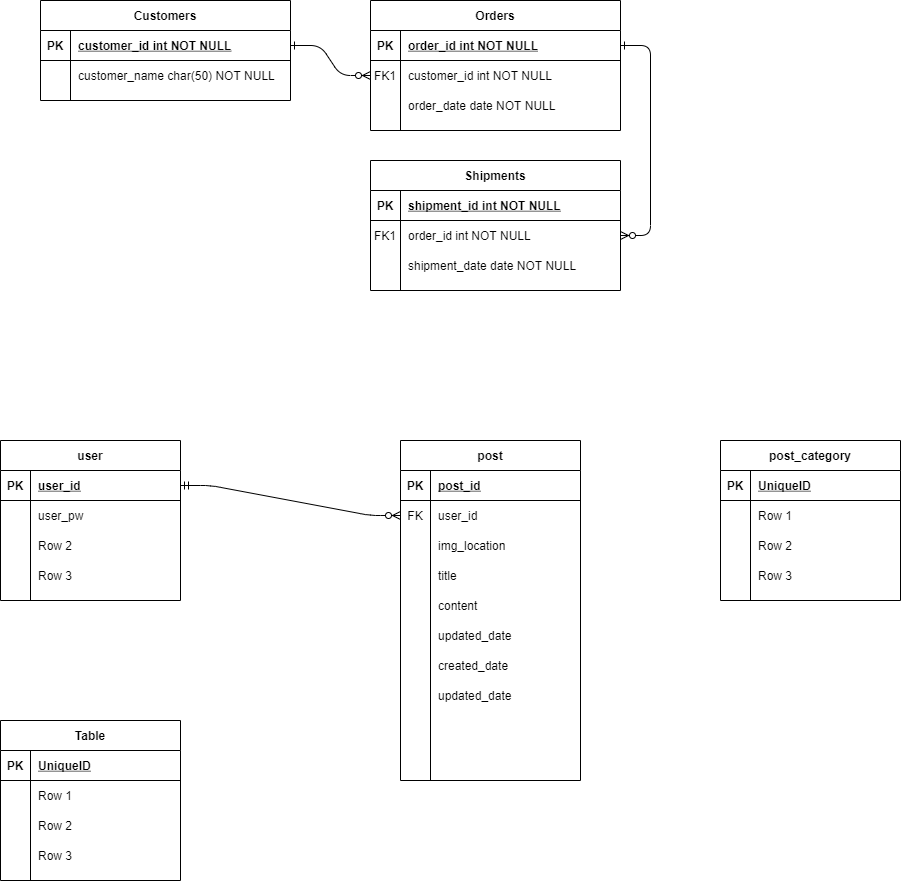
Before: mangpo_ERD.png, a diagram exported from draw.io (CYC0227/mangpoERD). Source tidied: cells renumbered, new cells last; positions are measured from the earlier drawing's top-left corner, leaving out a move shared by most shapes.
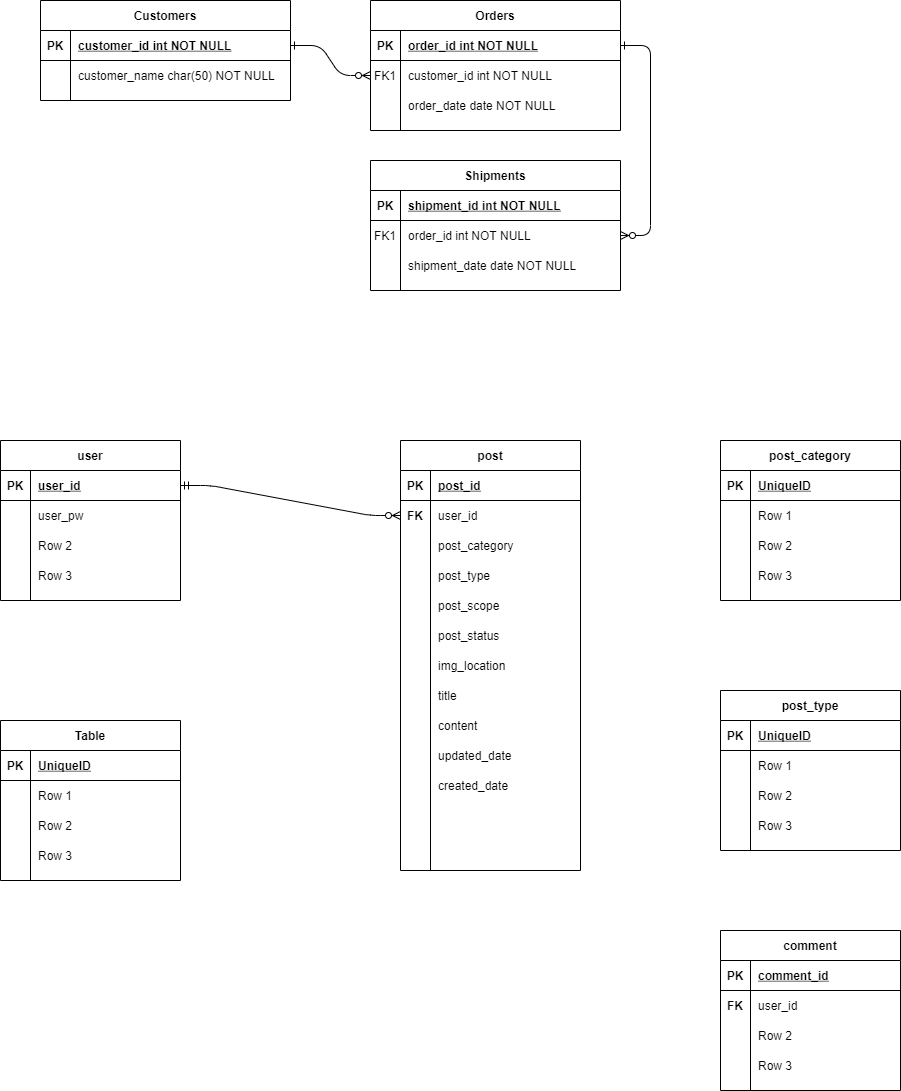
After the change.

Change to the diagram source:
```diff
@@ -129,7 +129,7 @@
       <mxGeometry x="30" width="150" height="30" as="geometry" />
     </mxCell>
     <mxCell id="44" value="post" style="shape=table;startSize=30;rowLines=0;fontStyle=1;align=center;" parent="1" vertex="1">
-      <mxGeometry x="400" y="440" width="180" height="340" as="geometry" />
+      <mxGeometry x="400" y="440" width="180" height="430" as="geometry" />
     </mxCell>
     <mxCell id="45" style="shape=partialRectangle;fillColor=none;top=0;left=0;bottom=1;right=0;" parent="44" vertex="1">
       <mxGeometry y="30" width="180" height="30" as="geometry" />
@@ -143,14 +143,50 @@
     <mxCell id="48" style="shape=partialRectangle;fillColor=none;top=0;left=0;bottom=0;right=0;points=[[0,0.5],[1,0.5]];portConstraint=eastwest;" parent="44" vertex="1">
       <mxGeometry y="60" width="180" height="30" as="geometry" />
     </mxCell>
-    <mxCell id="49" value="FK" style="shape=partialRectangle;fillColor=none;top=0;left=0;bottom=0;right=0;overflow=hidden;" parent="48" vertex="1">
+    <mxCell id="49" value="FK" style="shape=partialRectangle;fillColor=none;top=0;left=0;bottom=0;right=0;overflow=hidden;fontStyle=1;" parent="48" vertex="1">
       <mxGeometry width="30" height="30" as="geometry" />
     </mxCell>
     <mxCell id="50" value="user_id" style="shape=partialRectangle;fillColor=none;top=0;left=0;bottom=0;right=0;align=left;spacingLeft=6;overflow=hidden;" parent="48" vertex="1">
       <mxGeometry x="30" width="150" height="30" as="geometry" />
     </mxCell>
+    <mxCell id="66" style="shape=partialRectangle;fillColor=none;top=0;left=0;bottom=0;right=0;" parent="44" vertex="1">
+      <mxGeometry y="90" width="180" height="30" as="geometry" />
+    </mxCell>
+    <mxCell id="67" style="shape=partialRectangle;fillColor=none;top=0;left=0;bottom=0;right=0;overflow=hidden;" parent="66" vertex="1">
+      <mxGeometry width="30" height="30" as="geometry" />
+    </mxCell>
+    <mxCell id="68" value="post_category" style="shape=partialRectangle;fillColor=none;top=0;left=0;bottom=0;right=0;align=left;spacingLeft=6;overflow=hidden;" parent="66" vertex="1">
+      <mxGeometry x="30" width="150" height="30" as="geometry" />
+    </mxCell>
+    <mxCell id="96" style="shape=partialRectangle;fillColor=none;top=0;left=0;bottom=0;right=0;" parent="44" vertex="1">
+      <mxGeometry y="120" width="180" height="30" as="geometry" />
+    </mxCell>
+    <mxCell id="97" style="shape=partialRectangle;fillColor=none;top=0;left=0;bottom=0;right=0;overflow=hidden;" parent="96" vertex="1">
+      <mxGeometry width="30" height="30" as="geometry" />
+    </mxCell>
+    <mxCell id="98" value="post_type" style="shape=partialRectangle;fillColor=none;top=0;left=0;bottom=0;right=0;align=left;spacingLeft=6;overflow=hidden;" parent="96" vertex="1">
+      <mxGeometry x="30" width="150" height="30" as="geometry" />
+    </mxCell>
+    <mxCell id="99" style="shape=partialRectangle;fillColor=none;top=0;left=0;bottom=0;right=0;" parent="44" vertex="1">
+      <mxGeometry y="150" width="180" height="30" as="geometry" />
+    </mxCell>
+    <mxCell id="100" style="shape=partialRectangle;fillColor=none;top=0;left=0;bottom=0;right=0;overflow=hidden;" parent="99" vertex="1">
+      <mxGeometry width="30" height="30" as="geometry" />
+    </mxCell>
+    <mxCell id="101" value="post_scope" style="shape=partialRectangle;fillColor=none;top=0;left=0;bottom=0;right=0;align=left;spacingLeft=6;overflow=hidden;" parent="99" vertex="1">
+      <mxGeometry x="30" width="150" height="30" as="geometry" />
+    </mxCell>
+    <mxCell id="102" style="shape=partialRectangle;fillColor=none;top=0;left=0;bottom=0;right=0;" parent="44" vertex="1">
+      <mxGeometry y="180" width="180" height="30" as="geometry" />
+    </mxCell>
+    <mxCell id="103" style="shape=partialRectangle;fillColor=none;top=0;left=0;bottom=0;right=0;overflow=hidden;" parent="102" vertex="1">
+      <mxGeometry width="30" height="30" as="geometry" />
+    </mxCell>
+    <mxCell id="104" value="post_status" style="shape=partialRectangle;fillColor=none;top=0;left=0;bottom=0;right=0;align=left;spacingLeft=6;overflow=hidden;" parent="102" vertex="1">
+      <mxGeometry x="30" width="150" height="30" as="geometry" />
+    </mxCell>
     <mxCell id="51" style="shape=partialRectangle;fillColor=none;top=0;left=0;bottom=0;right=0;" parent="44" vertex="1">
-      <mxGeometry y="90" width="180" height="30" as="geometry" />
+      <mxGeometry y="210" width="180" height="30" as="geometry" />
     </mxCell>
     <mxCell id="52" style="shape=partialRectangle;fillColor=none;top=0;left=0;bottom=0;right=0;overflow=hidden;" parent="51" vertex="1">
       <mxGeometry width="30" height="30" as="geometry" />
@@ -159,7 +195,7 @@
       <mxGeometry x="30" width="150" height="30" as="geometry" />
     </mxCell>
     <mxCell id="54" style="shape=partialRectangle;fillColor=none;top=0;left=0;bottom=0;right=0;" parent="44" vertex="1">
-      <mxGeometry y="120" width="180" height="30" as="geometry" />
+      <mxGeometry y="240" width="180" height="30" as="geometry" />
     </mxCell>
     <mxCell id="55" style="shape=partialRectangle;fillColor=none;top=0;left=0;bottom=0;right=0;overflow=hidden;" parent="54" vertex="1">
       <mxGeometry width="30" height="30" as="geometry" />
@@ -168,7 +204,7 @@
       <mxGeometry x="30" width="150" height="30" as="geometry" />
     </mxCell>
     <mxCell id="57" style="shape=partialRectangle;fillColor=none;top=0;left=0;bottom=0;right=0;" parent="44" vertex="1">
-      <mxGeometry y="150" width="180" height="30" as="geometry" />
+      <mxGeometry y="270" width="180" height="30" as="geometry" />
     </mxCell>
     <mxCell id="58" style="shape=partialRectangle;fillColor=none;top=0;left=0;bottom=0;right=0;overflow=hidden;" parent="57" vertex="1">
       <mxGeometry width="30" height="30" as="geometry" />
@@ -177,7 +213,7 @@
       <mxGeometry x="30" width="150" height="30" as="geometry" />
     </mxCell>
     <mxCell id="60" style="shape=partialRectangle;fillColor=none;top=0;left=0;bottom=0;right=0;" parent="44" vertex="1">
-      <mxGeometry y="180" width="180" height="30" as="geometry" />
+      <mxGeometry y="300" width="180" height="30" as="geometry" />
     </mxCell>
     <mxCell id="61" style="shape=partialRectangle;fillColor=none;top=0;left=0;bottom=0;right=0;overflow=hidden;" parent="60" vertex="1">
       <mxGeometry width="30" height="30" as="geometry" />
@@ -186,7 +222,7 @@
       <mxGeometry x="30" width="150" height="30" as="geometry" />
     </mxCell>
     <mxCell id="63" style="shape=partialRectangle;fillColor=none;top=0;left=0;bottom=0;right=0;" parent="44" vertex="1">
-      <mxGeometry y="210" width="180" height="30" as="geometry" />
+      <mxGeometry y="330" width="180" height="30" as="geometry" />
     </mxCell>
     <mxCell id="64" style="shape=partialRectangle;fillColor=none;top=0;left=0;bottom=0;right=0;overflow=hidden;" parent="63" vertex="1">
       <mxGeometry width="30" height="30" as="geometry" />
@@ -194,15 +230,6 @@
     <mxCell id="65" value="created_date" style="shape=partialRectangle;fillColor=none;top=0;left=0;bottom=0;right=0;align=left;spacingLeft=6;overflow=hidden;" parent="63" vertex="1">
       <mxGeometry x="30" width="150" height="30" as="geometry" />
     </mxCell>
-    <mxCell id="66" style="shape=partialRectangle;fillColor=none;top=0;left=0;bottom=0;right=0;" parent="44" vertex="1">
-      <mxGeometry y="240" width="180" height="30" as="geometry" />
-    </mxCell>
-    <mxCell id="67" style="shape=partialRectangle;fillColor=none;top=0;left=0;bottom=0;right=0;overflow=hidden;" parent="66" vertex="1">
-      <mxGeometry width="30" height="30" as="geometry" />
-    </mxCell>
-    <mxCell id="68" value="updated_date" style="shape=partialRectangle;fillColor=none;top=0;left=0;bottom=0;right=0;align=left;spacingLeft=6;overflow=hidden;" parent="66" vertex="1">
-      <mxGeometry x="30" width="150" height="30" as="geometry" />
-    </mxCell>
     <mxCell id="69" value="Table" style="shape=table;startSize=30;rowLines=0;fontStyle=1;align=center;" parent="1" vertex="1">
       <mxGeometry y="720" width="180" height="160" as="geometry" />
     </mxCell>
@@ -284,5 +311,83 @@
     <mxCell id="95" value="Row 3" style="shape=partialRectangle;fillColor=none;top=0;left=0;bottom=0;right=0;align=left;spacingLeft=6;overflow=hidden;" parent="93" vertex="1">
       <mxGeometry x="30" width="150" height="30" as="geometry" />
     </mxCell>
+    <mxCell id="105" value="post_type" style="shape=table;startSize=30;rowLines=0;fontStyle=1;align=center;" parent="1" vertex="1">
+      <mxGeometry x="720" y="690" width="180" height="160" as="geometry" />
+    </mxCell>
+    <mxCell id="106" style="shape=partialRectangle;fillColor=none;top=0;left=0;bottom=1;right=0;" parent="105" vertex="1">
+      <mxGeometry y="30" width="180" height="30" as="geometry" />
+    </mxCell>
+    <mxCell id="107" value="PK" style="shape=partialRectangle;fillColor=none;top=0;left=0;bottom=0;right=0;fontStyle=1;overflow=hidden;" parent="106" vertex="1">
+      <mxGeometry width="30" height="30" as="geometry" />
+    </mxCell>
+    <mxCell id="108" value="UniqueID" style="shape=partialRectangle;fillColor=none;top=0;left=0;bottom=0;right=0;align=left;spacingLeft=6;fontStyle=5;overflow=hidden;" parent="106" vertex="1">
+      <mxGeometry x="30" width="150" height="30" as="geometry" />
+    </mxCell>
+    <mxCell id="109" style="shape=partialRectangle;fillColor=none;top=0;left=0;bottom=0;right=0;" parent="105" vertex="1">
+      <mxGeometry y="60" width="180" height="30" as="geometry" />
+    </mxCell>
+    <mxCell id="110" style="shape=partialRectangle;fillColor=none;top=0;left=0;bottom=0;right=0;overflow=hidden;" parent="109" vertex="1">
+      <mxGeometry width="30" height="30" as="geometry" />
+    </mxCell>
+    <mxCell id="111" value="Row 1" style="shape=partialRectangle;fillColor=none;top=0;left=0;bottom=0;right=0;align=left;spacingLeft=6;overflow=hidden;" parent="109" vertex="1">
+      <mxGeometry x="30" width="150" height="30" as="geometry" />
+    </mxCell>
+    <mxCell id="112" style="shape=partialRectangle;fillColor=none;top=0;left=0;bottom=0;right=0;" parent="105" vertex="1">
+      <mxGeometry y="90" width="180" height="30" as="geometry" />
+    </mxCell>
+    <mxCell id="113" style="shape=partialRectangle;fillColor=none;top=0;left=0;bottom=0;right=0;overflow=hidden;" parent="112" vertex="1">
+      <mxGeometry width="30" height="30" as="geometry" />
+    </mxCell>
+    <mxCell id="114" value="Row 2" style="shape=partialRectangle;fillColor=none;top=0;left=0;bottom=0;right=0;align=left;spacingLeft=6;overflow=hidden;" parent="112" vertex="1">
+      <mxGeometry x="30" width="150" height="30" as="geometry" />
+    </mxCell>
+    <mxCell id="115" style="shape=partialRectangle;fillColor=none;top=0;left=0;bottom=0;right=0;" parent="105" vertex="1">
+      <mxGeometry y="120" width="180" height="30" as="geometry" />
+    </mxCell>
+    <mxCell id="116" style="shape=partialRectangle;fillColor=none;top=0;left=0;bottom=0;right=0;overflow=hidden;" parent="115" vertex="1">
+      <mxGeometry width="30" height="30" as="geometry" />
+    </mxCell>
+    <mxCell id="117" value="Row 3" style="shape=partialRectangle;fillColor=none;top=0;left=0;bottom=0;right=0;align=left;spacingLeft=6;overflow=hidden;" parent="115" vertex="1">
+      <mxGeometry x="30" width="150" height="30" as="geometry" />
+    </mxCell>
+    <mxCell id="118" value="comment" style="shape=table;startSize=30;rowLines=0;fontStyle=1;align=center;" parent="1" vertex="1">
+      <mxGeometry x="720" y="930" width="180" height="160" as="geometry" />
+    </mxCell>
+    <mxCell id="119" style="shape=partialRectangle;fillColor=none;top=0;left=0;bottom=1;right=0;" parent="118" vertex="1">
+      <mxGeometry y="30" width="180" height="30" as="geometry" />
+    </mxCell>
+    <mxCell id="120" value="PK" style="shape=partialRectangle;fillColor=none;top=0;left=0;bottom=0;right=0;fontStyle=1;overflow=hidden;" parent="119" vertex="1">
+      <mxGeometry width="30" height="30" as="geometry" />
+    </mxCell>
+    <mxCell id="121" value="comment_id" style="shape=partialRectangle;fillColor=none;top=0;left=0;bottom=0;right=0;align=left;spacingLeft=6;fontStyle=5;overflow=hidden;" parent="119" vertex="1">
+      <mxGeometry x="30" width="150" height="30" as="geometry" />
+    </mxCell>
+    <mxCell id="122" style="shape=partialRectangle;fillColor=none;top=0;left=0;bottom=0;right=0;" parent="118" vertex="1">
+      <mxGeometry y="60" width="180" height="30" as="geometry" />
+    </mxCell>
+    <mxCell id="123" value="FK" style="shape=partialRectangle;fillColor=none;top=0;left=0;bottom=0;right=0;overflow=hidden;fontStyle=1;" parent="122" vertex="1">
+      <mxGeometry width="30" height="30" as="geometry" />
+    </mxCell>
+    <mxCell id="124" value="user_id" style="shape=partialRectangle;fillColor=none;top=0;left=0;bottom=0;right=0;align=left;spacingLeft=6;overflow=hidden;" parent="122" vertex="1">
+      <mxGeometry x="30" width="150" height="30" as="geometry" />
+    </mxCell>
+    <mxCell id="125" style="shape=partialRectangle;fillColor=none;top=0;left=0;bottom=0;right=0;" parent="118" vertex="1">
+      <mxGeometry y="90" width="180" height="30" as="geometry" />
+    </mxCell>
+    <mxCell id="126" style="shape=partialRectangle;fillColor=none;top=0;left=0;bottom=0;right=0;overflow=hidden;" parent="125" vertex="1">
+      <mxGeometry width="30" height="30" as="geometry" />
+    </mxCell>
+    <mxCell id="127" value="Row 2" style="shape=partialRectangle;fillColor=none;top=0;left=0;bottom=0;right=0;align=left;spacingLeft=6;overflow=hidden;" parent="125" vertex="1">
+      <mxGeometry x="30" width="150" height="30" as="geometry" />
+    </mxCell>
+    <mxCell id="128" style="shape=partialRectangle;fillColor=none;top=0;left=0;bottom=0;right=0;" parent="118" vertex="1">
+      <mxGeometry y="120" width="180" height="30" as="geometry" />
+    </mxCell>
+    <mxCell id="129" style="shape=partialRectangle;fillColor=none;top=0;left=0;bottom=0;right=0;overflow=hidden;" parent="128" vertex="1">
+      <mxGeometry width="30" height="30" as="geometry" />
+    </mxCell>
+    <mxCell id="130" value="Row 3" style="shape=partialRectangle;fillColor=none;top=0;left=0;bottom=0;right=0;align=left;spacingLeft=6;overflow=hidden;" parent="128" vertex="1">
+      <mxGeometry x="30" width="150" height="30" as="geometry" />
+    </mxCell>
   </root>
 </mxGraphModel>
```
